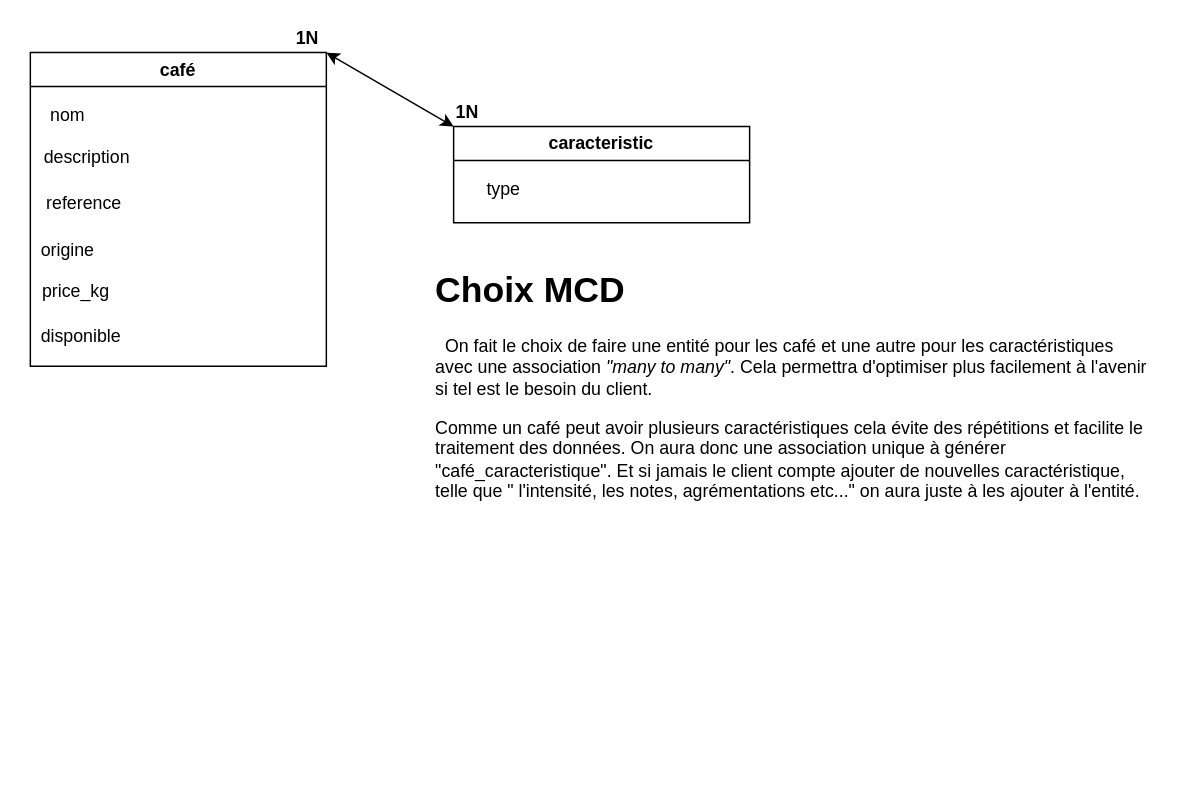
Above: docs/choix de développement/MCD.drawio in Senngy/Ocoffee (draw.io), before the change. Source tidied: cells renumbered, new cells numbered last; positions are measured from the earlier drawing's top-left corner, leaving out a move shared by most shapes. Both pictures are drawn from the tidied source at 148%, with x=0, y=0 at pixel (30, 25).
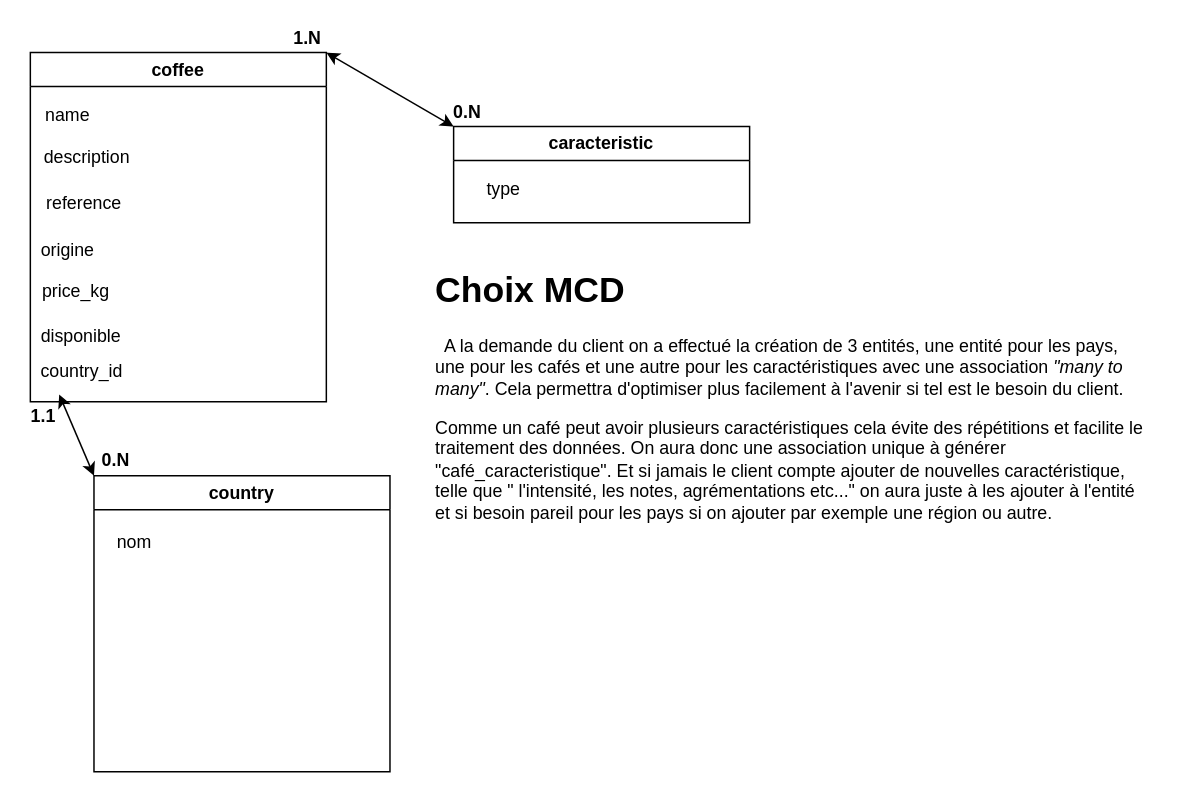
After the change.

Commit message (it also covers changes not shown here):
Correction de la BDD : ajout de l'entité pays

The edit, as a diff of the source:
```diff
@@
-    <mxCell id="2" value="café" style="swimlane;" parent="1" vertex="1">
-      <mxGeometry y="18" width="200" height="212" as="geometry" />
+    <mxCell id="2" value="coffee" style="swimlane;startSize=23;" parent="1" vertex="1">
+      <mxGeometry y="18" width="200" height="236" as="geometry" />
     </mxCell>
-    <mxCell id="3" value="nom" style="text;html=1;align=center;verticalAlign=middle;strokeColor=none;fillColor=none;" parent="2" vertex="1">
-      <mxGeometry y="28" width="50" height="30" as="geometry" />
+    <mxCell id="3" value="name" style="text;html=1;align=center;verticalAlign=middle;strokeColor=none;fillColor=none;" parent="2" vertex="1">
+      <mxGeometry x="1" y="30" width="48" height="26" as="geometry" />
     </mxCell>
@@
+    <mxCell id="15" value="country_id" style="text;html=1;align=center;verticalAlign=middle;whiteSpace=wrap;rounded=0;" parent="2" vertex="1">
+      <mxGeometry x="4.5" y="201" width="60" height="30" as="geometry" />
+    </mxCell>
@@
-    <mxCell id="12" value="&lt;b&gt;1N&lt;/b&gt;" style="text;html=1;align=center;verticalAlign=middle;whiteSpace=wrap;rounded=0;" parent="1" vertex="1">
+    <mxCell id="12" value="&lt;b&gt;0.N&lt;/b&gt;" style="text;html=1;align=center;verticalAlign=middle;whiteSpace=wrap;rounded=0;" parent="1" vertex="1">
       <mxGeometry x="283" y="50" width="25" height="18" as="geometry" />
     </mxCell>
-    <mxCell id="13" value="&lt;b&gt;1N&lt;/b&gt;" style="text;html=1;align=center;verticalAlign=middle;whiteSpace=wrap;rounded=0;" parent="1" vertex="1">
+    <mxCell id="13" value="&lt;b&gt;1.N&lt;/b&gt;" style="text;html=1;align=center;verticalAlign=middle;whiteSpace=wrap;rounded=0;" parent="1" vertex="1">
       <mxGeometry x="175" width="25" height="18" as="geometry" />
     </mxCell>
-    <mxCell id="14" value="&lt;h1 style=&quot;margin-top: 0px;&quot;&gt;Choix MCD&lt;/h1&gt;&lt;p&gt;&amp;nbsp; On fait le choix de faire une entité pour les café et une autre pour les caractéristiques avec une association &lt;i&gt;&quot;many to many&quot;&lt;/i&gt;. Cela permettra d'optimiser plus facilement à l'avenir si tel est le besoin du client.&amp;nbsp;&lt;/p&gt;&lt;p&gt;Comme un café peut avoir plusieurs caractéristiques cela évite des répétitions et facilite le traitement des données. On aura donc une association unique à générer &quot;café_caracteristique&quot;. Et si jamais le client compte ajouter de nouvelles caractéristique, telle que &quot; l'intensité, les notes, agrémentations etc...&quot; on aura juste à les ajouter à l'entité.&lt;/p&gt;" style="text;html=1;whiteSpace=wrap;overflow=hidden;rounded=0;" parent="1" vertex="1">
+    <mxCell id="14" value="&lt;h1 style=&quot;margin-top: 0px;&quot;&gt;Choix MCD&lt;/h1&gt;&lt;p&gt;&amp;nbsp; A la demande du client on a effectué la création de 3 entités, une entité pour les pays, une pour les cafés et une autre pour les caractéristiques avec une association &lt;i&gt;&quot;many to many&quot;&lt;/i&gt;. Cela permettra d'optimiser plus facilement à l'avenir si tel est le besoin du client.&amp;nbsp;&lt;/p&gt;&lt;p&gt;Comme un café peut avoir plusieurs caractéristiques cela évite des répétitions et facilite le traitement des données. On aura donc une association unique à générer &quot;café_caracteristique&quot;. Et si jamais le client compte ajouter de nouvelles caractéristique, telle que &quot; l'intensité, les notes, agrémentations etc...&quot; on aura juste à les ajouter à l'entité et si besoin pareil pour les pays si on ajouter par exemple une région ou autre.&lt;/p&gt;" style="text;html=1;whiteSpace=wrap;overflow=hidden;rounded=0;" parent="1" vertex="1">
       <mxGeometry x="272" y="158" width="485" height="180" as="geometry" />
     </mxCell>
+    <mxCell id="16" value="country" style="swimlane;whiteSpace=wrap;html=1;" parent="1" vertex="1">
+      <mxGeometry x="43" y="304" width="200" height="200" as="geometry" />
+    </mxCell>
+    <mxCell id="17" value="nom" style="text;html=1;align=center;verticalAlign=middle;strokeColor=none;fillColor=none;" parent="16" vertex="1">
+      <mxGeometry x="6" y="32" width="41" height="26" as="geometry" />
+    </mxCell>
+    <mxCell id="18" style="endArrow=classic;startArrow=classic;html=1;entryX=0.25;entryY=1;entryDx=0;entryDy=0;" parent="1" edge="1" target="15">
+      <mxGeometry relative="1" as="geometry">
+        <mxPoint x="43" y="304" as="sourcePoint" />
+      </mxGeometry>
+    </mxCell>
+    <mxCell id="19" value="0.N" style="text;html=1;align=center;verticalAlign=middle;whiteSpace=wrap;rounded=0;fontStyle=1;" parent="1" vertex="1">
+      <mxGeometry x="42" y="283" width="32" height="21" as="geometry" />
+    </mxCell>
+    <mxCell id="20" value="1.1" style="text;html=1;align=center;verticalAlign=middle;whiteSpace=wrap;rounded=0;fontStyle=1;" parent="1" vertex="1">
+      <mxGeometry x="-3" y="254" width="24" height="19" as="geometry" />
+    </mxCell>
```
